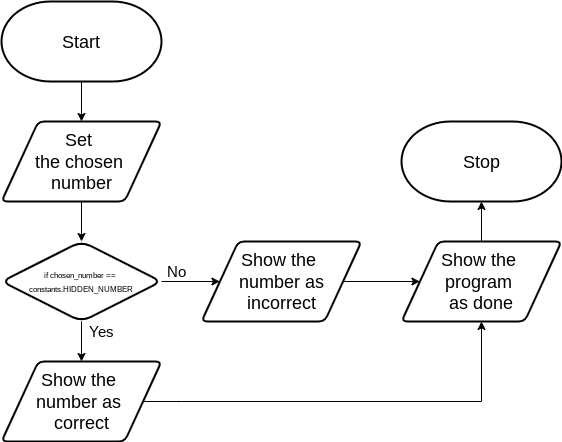
Earlier version of the draw.io export design/flowchart.png (CristianoSellitto/ICS3U-Unit3-02-Python). Source tidied: cells renumbered, new cells last; positions are measured from the earlier drawing's top-left corner, leaving out a move shared by most shapes. The source it was exported from:
```xml
<mxGraphModel>
  <root>
    <mxCell id="0" />
    <mxCell id="1" parent="0" />
    <mxCell id="2" style="edgeStyle=none;html=1;entryX=0.5;entryY=0;entryDx=0;entryDy=0;fontSize=16;" parent="1" edge="1" source="3">
      <mxGeometry relative="1" as="geometry">
        <mxPoint x="80" y="120" as="targetPoint" />
      </mxGeometry>
    </mxCell>
    <mxCell id="3" value="&lt;font style=&quot;font-size: 18px&quot;&gt;Start&lt;/font&gt;" style="strokeWidth=2;html=1;shape=mxgraph.flowchart.terminator;whiteSpace=wrap;" parent="1" vertex="1">
      <mxGeometry width="160" height="80" as="geometry" />
    </mxCell>
    <mxCell id="4" value="&lt;font style=&quot;font-size: 18px&quot;&gt;Stop&lt;/font&gt;" style="strokeWidth=2;html=1;shape=mxgraph.flowchart.terminator;whiteSpace=wrap;" parent="1" vertex="1">
      <mxGeometry x="400" y="120" width="160" height="80" as="geometry" />
    </mxCell>
    <mxCell id="5" style="edgeStyle=none;html=1;entryX=0.5;entryY=0;entryDx=0;entryDy=0;fontSize=18;" parent="1" edge="1">
      <mxGeometry relative="1" as="geometry">
        <mxPoint x="80" y="200" as="sourcePoint" />
        <mxPoint x="80" y="240" as="targetPoint" />
      </mxGeometry>
    </mxCell>
    <mxCell id="6" style="edgeStyle=none;html=1;entryX=0.5;entryY=1;entryDx=0;entryDy=0;fontFamily=Helvetica;fontSize=15;fontColor=default;strokeColor=default;rounded=0;" parent="1" edge="1" source="7" target="9">
      <mxGeometry relative="1" as="geometry">
        <Array as="points">
          <mxPoint x="180" y="400" />
          <mxPoint x="480" y="400" />
        </Array>
      </mxGeometry>
    </mxCell>
    <mxCell id="7" value="Show the &lt;br&gt;number as &lt;br&gt;correct" style="shape=parallelogram;html=1;strokeWidth=2;perimeter=parallelogramPerimeter;whiteSpace=wrap;rounded=1;arcSize=12;size=0.23;fontSize=18;" parent="1" vertex="1">
      <mxGeometry y="360" width="160" height="80" as="geometry" />
    </mxCell>
    <mxCell id="8" style="edgeStyle=none;html=1;entryX=0.5;entryY=1;entryDx=0;entryDy=0;entryPerimeter=0;fontFamily=Helvetica;fontSize=15;fontColor=default;" parent="1" edge="1" source="9" target="4">
      <mxGeometry relative="1" as="geometry" />
    </mxCell>
    <mxCell id="9" value="Show the &lt;br&gt;program &lt;br&gt;as done" style="shape=parallelogram;html=1;strokeWidth=2;perimeter=parallelogramPerimeter;whiteSpace=wrap;rounded=1;arcSize=12;size=0.23;fontSize=18;" parent="1" vertex="1">
      <mxGeometry x="400" y="240" width="160" height="80" as="geometry" />
    </mxCell>
    <mxCell id="10" value="Set &lt;br&gt;the chosen &lt;br&gt;number" style="shape=parallelogram;html=1;strokeWidth=2;perimeter=parallelogramPerimeter;whiteSpace=wrap;rounded=1;arcSize=12;size=0.23;fontSize=18;" parent="1" vertex="1">
      <mxGeometry y="120" width="160" height="80" as="geometry" />
    </mxCell>
    <mxCell id="11" style="edgeStyle=none;html=1;entryX=0.5;entryY=0;entryDx=0;entryDy=0;fontFamily=Helvetica;fontSize=8;fontColor=default;" parent="1" edge="1" source="13">
      <mxGeometry relative="1" as="geometry">
        <mxPoint x="80" y="360" as="targetPoint" />
      </mxGeometry>
    </mxCell>
    <mxCell id="12" style="edgeStyle=none;rounded=0;html=1;entryX=0;entryY=0.5;entryDx=0;entryDy=0;fontFamily=Helvetica;fontSize=15;fontColor=default;strokeColor=default;" parent="1" edge="1" source="13" target="17">
      <mxGeometry relative="1" as="geometry" />
    </mxCell>
    <mxCell id="13" value="&lt;font style=&quot;font-size: 8px&quot;&gt;if chosen_number == &lt;br&gt;constants.HIDDEN_NUMBER&lt;/font&gt;" style="rhombus;whiteSpace=wrap;html=1;rounded=1;fontFamily=Helvetica;fontSize=11;fontColor=default;strokeColor=default;strokeWidth=2;fillColor=default;" parent="1" vertex="1">
      <mxGeometry y="240" width="160" height="80" as="geometry" />
    </mxCell>
    <mxCell id="14" value="&lt;font style=&quot;font-size: 15px&quot;&gt;Yes&lt;/font&gt;" style="text;html=1;align=center;verticalAlign=middle;strokeColor=none;fillColor=none;fontSize=8;fontFamily=Helvetica;fontColor=default;" parent="1" vertex="1">
      <mxGeometry x="80" y="320" width="40" height="20" as="geometry" />
    </mxCell>
    <mxCell id="15" value="No" style="text;html=1;align=center;verticalAlign=middle;strokeColor=none;fillColor=none;fontSize=15;fontFamily=Helvetica;fontColor=default;" parent="1" vertex="1">
      <mxGeometry x="160" y="260" width="30" height="20" as="geometry" />
    </mxCell>
    <mxCell id="16" style="edgeStyle=none;rounded=0;html=1;entryX=0;entryY=0.5;entryDx=0;entryDy=0;fontFamily=Helvetica;fontSize=15;fontColor=default;strokeColor=default;" parent="1" edge="1" source="17" target="9">
      <mxGeometry relative="1" as="geometry" />
    </mxCell>
    <mxCell id="17" value="&lt;span&gt;Show the &lt;br&gt;number as incorrect&lt;/span&gt;" style="shape=parallelogram;html=1;strokeWidth=2;perimeter=parallelogramPerimeter;whiteSpace=wrap;rounded=1;arcSize=12;size=0.23;fontSize=18;" parent="1" vertex="1">
      <mxGeometry x="200" y="240" width="160" height="80" as="geometry" />
    </mxCell>
  </root>
</mxGraphModel>
```
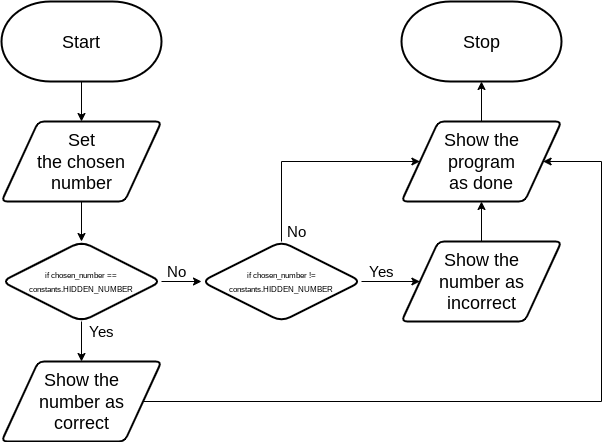
After the change.

Diff of the diagram source:
```diff
@@ -11,7 +11,7 @@
       <mxGeometry width="160" height="80" as="geometry" />
     </mxCell>
     <mxCell id="4" value="&lt;font style=&quot;font-size: 18px&quot;&gt;Stop&lt;/font&gt;" style="strokeWidth=2;html=1;shape=mxgraph.flowchart.terminator;whiteSpace=wrap;" parent="1" vertex="1">
-      <mxGeometry x="400" y="120" width="160" height="80" as="geometry" />
+      <mxGeometry x="400" width="160" height="80" as="geometry" />
     </mxCell>
     <mxCell id="5" style="edgeStyle=none;html=1;entryX=0.5;entryY=0;entryDx=0;entryDy=0;fontSize=18;" parent="1" edge="1">
       <mxGeometry relative="1" as="geometry">
@@ -19,11 +19,11 @@
         <mxPoint x="80" y="240" as="targetPoint" />
       </mxGeometry>
     </mxCell>
-    <mxCell id="6" style="edgeStyle=none;html=1;entryX=0.5;entryY=1;entryDx=0;entryDy=0;fontFamily=Helvetica;fontSize=15;fontColor=default;strokeColor=default;rounded=0;" parent="1" edge="1" source="7" target="9">
+    <mxCell id="6" style="edgeStyle=none;html=1;entryX=1;entryY=0.5;entryDx=0;entryDy=0;rounded=0;" parent="1" edge="1" source="7" target="9">
       <mxGeometry relative="1" as="geometry">
         <Array as="points">
-          <mxPoint x="180" y="400" />
-          <mxPoint x="480" y="400" />
+          <mxPoint x="600" y="400" />
+          <mxPoint x="600" y="160" />
         </Array>
       </mxGeometry>
     </mxCell>
@@ -34,7 +34,7 @@
       <mxGeometry relative="1" as="geometry" />
     </mxCell>
     <mxCell id="9" value="Show the &lt;br&gt;program &lt;br&gt;as done" style="shape=parallelogram;html=1;strokeWidth=2;perimeter=parallelogramPerimeter;whiteSpace=wrap;rounded=1;arcSize=12;size=0.23;fontSize=18;" parent="1" vertex="1">
-      <mxGeometry x="400" y="240" width="160" height="80" as="geometry" />
+      <mxGeometry x="400" y="120" width="160" height="80" as="geometry" />
     </mxCell>
     <mxCell id="10" value="Set &lt;br&gt;the chosen &lt;br&gt;number" style="shape=parallelogram;html=1;strokeWidth=2;perimeter=parallelogramPerimeter;whiteSpace=wrap;rounded=1;arcSize=12;size=0.23;fontSize=18;" parent="1" vertex="1">
       <mxGeometry y="120" width="160" height="80" as="geometry" />
@@ -44,7 +44,7 @@
         <mxPoint x="80" y="360" as="targetPoint" />
       </mxGeometry>
     </mxCell>
-    <mxCell id="12" style="edgeStyle=none;rounded=0;html=1;entryX=0;entryY=0.5;entryDx=0;entryDy=0;fontFamily=Helvetica;fontSize=15;fontColor=default;strokeColor=default;" parent="1" edge="1" source="13" target="17">
+    <mxCell id="12" style="edgeStyle=none;rounded=0;html=1;entryX=0;entryY=0.5;entryDx=0;entryDy=0;fontFamily=Helvetica;fontSize=15;fontColor=default;strokeColor=default;" parent="1" edge="1" source="13" target="20">
       <mxGeometry relative="1" as="geometry" />
     </mxCell>
     <mxCell id="13" value="&lt;font style=&quot;font-size: 8px&quot;&gt;if chosen_number == &lt;br&gt;constants.HIDDEN_NUMBER&lt;/font&gt;" style="rhombus;whiteSpace=wrap;html=1;rounded=1;fontFamily=Helvetica;fontSize=11;fontColor=default;strokeColor=default;strokeWidth=2;fillColor=default;" parent="1" vertex="1">
@@ -56,11 +56,30 @@
     <mxCell id="15" value="No" style="text;html=1;align=center;verticalAlign=middle;strokeColor=none;fillColor=none;fontSize=15;fontFamily=Helvetica;fontColor=default;" parent="1" vertex="1">
       <mxGeometry x="160" y="260" width="30" height="20" as="geometry" />
     </mxCell>
+    <mxCell id="18" style="edgeStyle=none;html=1;entryX=0;entryY=0.5;entryDx=0;entryDy=0;" parent="1" edge="1" source="20" target="17">
+      <mxGeometry relative="1" as="geometry" />
+    </mxCell>
+    <mxCell id="19" style="edgeStyle=none;html=1;entryX=0;entryY=0.5;entryDx=0;entryDy=0;rounded=0;" parent="1" edge="1" source="20" target="9">
+      <mxGeometry relative="1" as="geometry">
+        <Array as="points">
+          <mxPoint x="280" y="160" />
+        </Array>
+      </mxGeometry>
+    </mxCell>
+    <mxCell id="20" value="&lt;font style=&quot;font-size: 8px&quot;&gt;if chosen_number != &lt;br&gt;constants.HIDDEN_NUMBER&lt;/font&gt;" style="rhombus;whiteSpace=wrap;html=1;rounded=1;fontFamily=Helvetica;fontSize=11;fontColor=default;strokeColor=default;strokeWidth=2;fillColor=default;" parent="1" vertex="1">
+      <mxGeometry x="200" y="240" width="160" height="80" as="geometry" />
+    </mxCell>
+    <mxCell id="21" value="&lt;font style=&quot;font-size: 15px&quot;&gt;Yes&lt;/font&gt;" style="text;html=1;align=center;verticalAlign=middle;strokeColor=none;fillColor=none;fontSize=8;fontFamily=Helvetica;fontColor=default;" parent="1" vertex="1">
+      <mxGeometry x="360" y="260" width="40" height="20" as="geometry" />
+    </mxCell>
+    <mxCell id="22" value="No" style="text;html=1;align=center;verticalAlign=middle;strokeColor=none;fillColor=none;fontSize=15;fontFamily=Helvetica;fontColor=default;" parent="1" vertex="1">
+      <mxGeometry x="280" y="220" width="30" height="20" as="geometry" />
+    </mxCell>
-    <mxCell id="16" style="edgeStyle=none;rounded=0;html=1;entryX=0;entryY=0.5;entryDx=0;entryDy=0;fontFamily=Helvetica;fontSize=15;fontColor=default;strokeColor=default;" parent="1" edge="1" source="17" target="9">
+    <mxCell id="16" style="edgeStyle=none;rounded=0;html=1;" parent="1" edge="1" source="17" target="9">
       <mxGeometry relative="1" as="geometry" />
     </mxCell>
     <mxCell id="17" value="&lt;span&gt;Show the &lt;br&gt;number as incorrect&lt;/span&gt;" style="shape=parallelogram;html=1;strokeWidth=2;perimeter=parallelogramPerimeter;whiteSpace=wrap;rounded=1;arcSize=12;size=0.23;fontSize=18;" parent="1" vertex="1">
-      <mxGeometry x="200" y="240" width="160" height="80" as="geometry" />
+      <mxGeometry x="400" y="240" width="160" height="80" as="geometry" />
     </mxCell>
   </root>
 </mxGraphModel>
```
